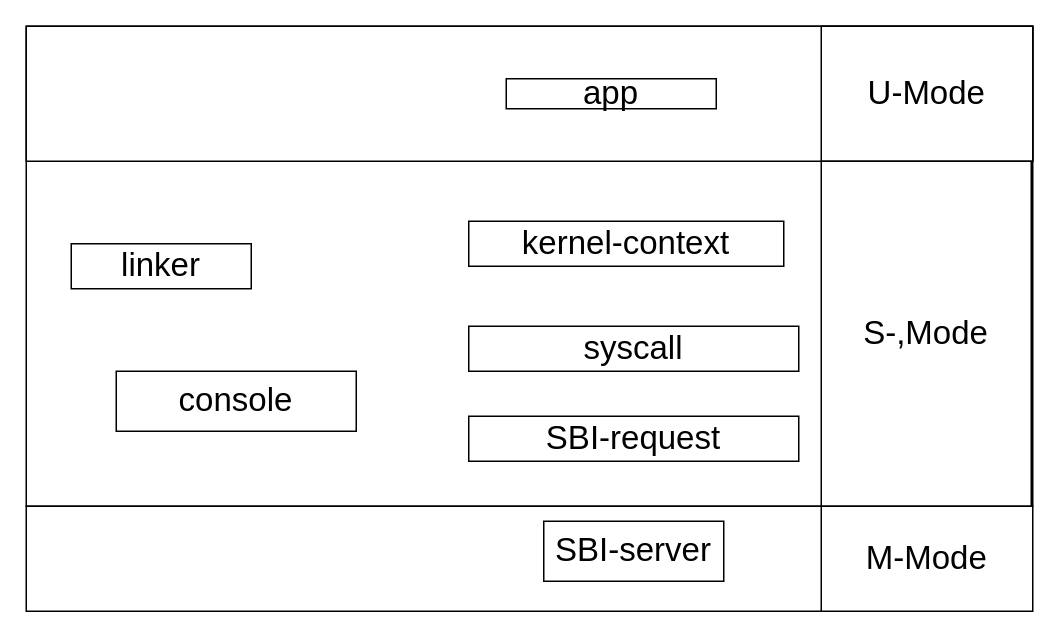
This is 未命名绘图.drawio from shiwenlong12/Completion-Weekly, a draw.io file, before an edit. Source tidied: cells renumbered, new cells numbered last; positions are measured from the earlier drawing's top-left corner, leaving out a move shared by most shapes. Both pictures are drawn from the tidied source at 150%, with x=0, y=0 at pixel (26, 26).
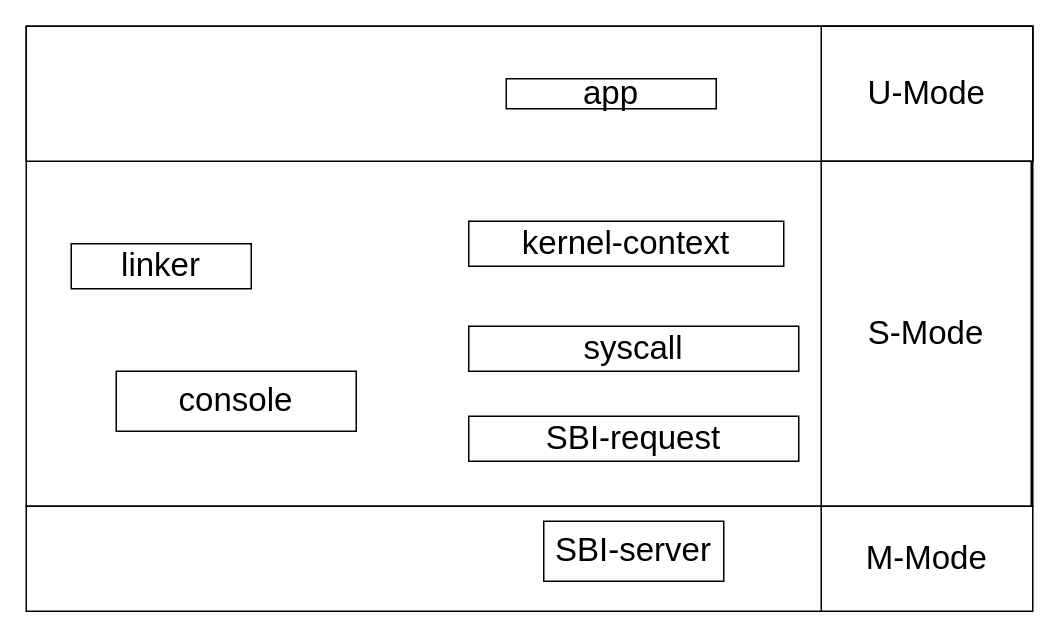
The same diagram, later.

Commit message:
更新未命名绘图.drawio

The edit, as a diff of the source:
```diff
@@
 <mxGraphModel>
   <root>
     <mxCell id="0" />
     <mxCell id="1" parent="0" />
     <mxCell id="2" style="rounded=0;whiteSpace=wrap;html=1;fontSize=22;" parent="1" vertex="1">
       <mxGeometry width="671" height="320" as="geometry" />
     </mxCell>
     <mxCell id="3" value="&lt;font style=&quot;font-size: 22px;&quot;&gt;syscall&lt;/font&gt;" style="rounded=0;whiteSpace=wrap;html=1;" parent="1" vertex="1">
       <mxGeometry x="295" y="200" width="220" height="30" as="geometry" />
     </mxCell>
     <mxCell id="4" value="&lt;font style=&quot;font-size: 22px;&quot;&gt;kernel-context&lt;/font&gt;" style="rounded=0;whiteSpace=wrap;html=1;" parent="1" vertex="1">
       <mxGeometry x="295" y="130" width="210" height="30" as="geometry" />
     </mxCell>
     <mxCell id="5" value="&lt;font style=&quot;font-size: 22px;&quot;&gt;linker&lt;/font&gt;" style="rounded=0;whiteSpace=wrap;html=1;" parent="1" vertex="1">
       <mxGeometry x="30" y="145" width="120" height="30" as="geometry" />
     </mxCell>
     <mxCell id="6" value="&lt;font style=&quot;font-size: 22px;&quot;&gt;SBI-request&lt;/font&gt;" style="rounded=0;whiteSpace=wrap;html=1;" parent="1" vertex="1">
       <mxGeometry x="295" y="260" width="220" height="30" as="geometry" />
     </mxCell>
     <mxCell id="7" style="rounded=0;whiteSpace=wrap;html=1;" parent="1" vertex="1">
       <mxGeometry width="671" height="90" as="geometry" />
     </mxCell>
     <mxCell id="8" value="&lt;font style=&quot;font-size: 22px;&quot;&gt;app&lt;/font&gt;" style="rounded=0;whiteSpace=wrap;html=1;" parent="1" vertex="1">
       <mxGeometry x="320" y="35" width="140" height="20" as="geometry" />
     </mxCell>
     <mxCell id="9" style="rounded=0;whiteSpace=wrap;html=1;" parent="1" vertex="1">
       <mxGeometry y="320" width="670" height="70" as="geometry" />
     </mxCell>
     <mxCell id="10" value="&lt;font style=&quot;font-size: 22px;&quot;&gt;SBI-server&lt;/font&gt;" style="rounded=0;whiteSpace=wrap;html=1;" parent="1" vertex="1">
       <mxGeometry x="345" y="330" width="120" height="40" as="geometry" />
     </mxCell>
     <mxCell id="11" value="&lt;font style=&quot;font-size: 22px;&quot;&gt;U-Mode&lt;/font&gt;" style="rounded=0;whiteSpace=wrap;html=1;" parent="1" vertex="1">
       <mxGeometry x="530" width="141" height="90" as="geometry" />
     </mxCell>
-    <mxCell id="12" value="&lt;font style=&quot;font-size: 22px;&quot;&gt;S-,Mode&lt;/font&gt;" style="rounded=0;whiteSpace=wrap;html=1;" parent="1" vertex="1">
+    <mxCell id="12" value="&lt;font style=&quot;font-size: 22px;&quot;&gt;S-Mode&lt;/font&gt;" style="rounded=0;whiteSpace=wrap;html=1;" parent="1" vertex="1">
       <mxGeometry x="530" y="90" width="140" height="230" as="geometry" />
     </mxCell>
     <mxCell id="13" value="&lt;font style=&quot;font-size: 22px;&quot;&gt;M-Mode&lt;/font&gt;" style="rounded=0;whiteSpace=wrap;html=1;" parent="1" vertex="1">
       <mxGeometry x="530" y="320" width="141" height="70" as="geometry" />
     </mxCell>
     <mxCell id="14" value="&lt;font style=&quot;font-size: 22px;&quot;&gt;console&lt;/font&gt;" style="rounded=0;whiteSpace=wrap;html=1;" parent="1" vertex="1">
       <mxGeometry x="60" y="230" width="160" height="40" as="geometry" />
     </mxCell>
   </root>
 </mxGraphModel>
```
